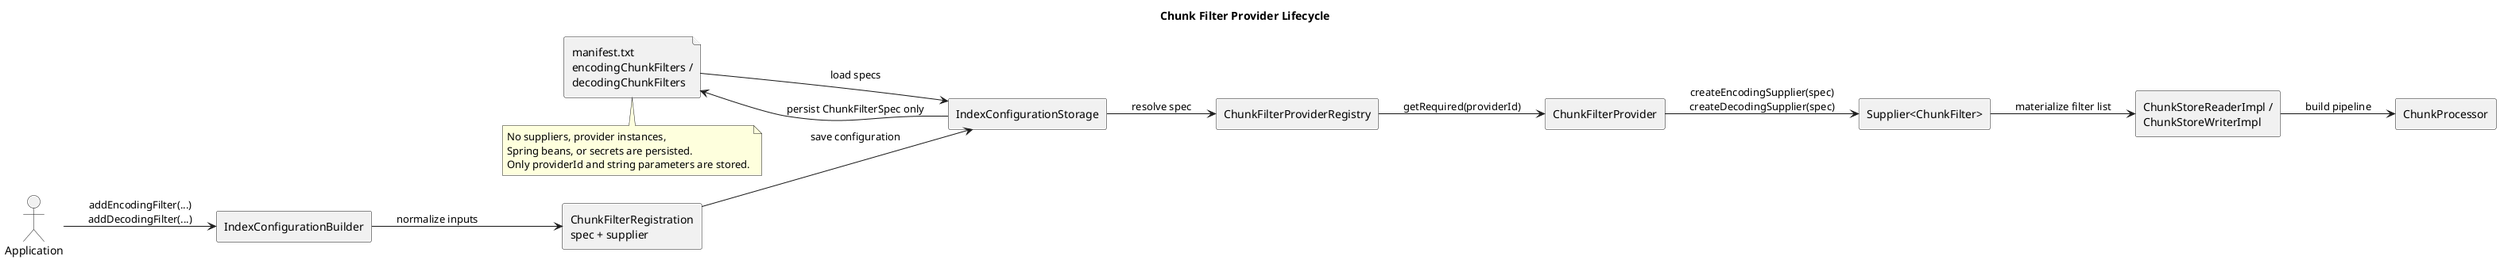
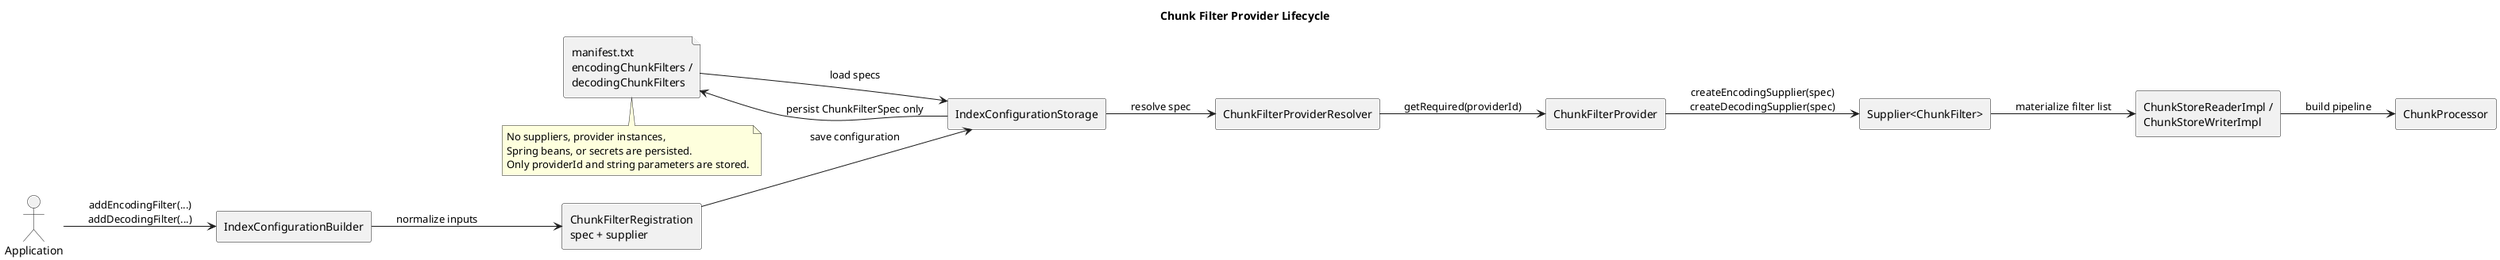
@startuml
title Chunk Filter Provider Lifecycle
skinparam backgroundColor transparent
skinparam shadowing false
left to right direction

actor Application
rectangle "IndexConfigurationBuilder" as Builder
rectangle "ChunkFilterRegistration\nspec + supplier" as Registration
rectangle "IndexConfigurationStorage" as Storage
file "manifest.txt\nencodingChunkFilters /\ndecodingChunkFilters" as Manifest
- rectangle "ChunkFilterProviderRegistry" as Registry
+ rectangle "ChunkFilterProviderResolver" as Resolver
rectangle "ChunkFilterProvider" as Provider
rectangle "Supplier<ChunkFilter>" as Supplier
rectangle "ChunkStoreReaderImpl /\nChunkStoreWriterImpl" as Runtime
rectangle "ChunkProcessor" as Processor

Application --> Builder : addEncodingFilter(...)\naddDecodingFilter(...)
Builder --> Registration : normalize inputs
Registration --> Storage : save configuration
Storage --> Manifest : persist ChunkFilterSpec only

Manifest --> Storage : load specs
- Storage --> Registry : resolve spec
- Registry --> Provider : getRequired(providerId)
+ Storage --> Resolver : resolve spec
+ Resolver --> Provider : getRequired(providerId)
Provider --> Supplier : createEncodingSupplier(spec)\ncreateDecodingSupplier(spec)
Supplier --> Runtime : materialize filter list
Runtime --> Processor : build pipeline

note bottom of Manifest
No suppliers, provider instances,
Spring beans, or secrets are persisted.
Only providerId and string parameters are stored.
end note
@enduml
